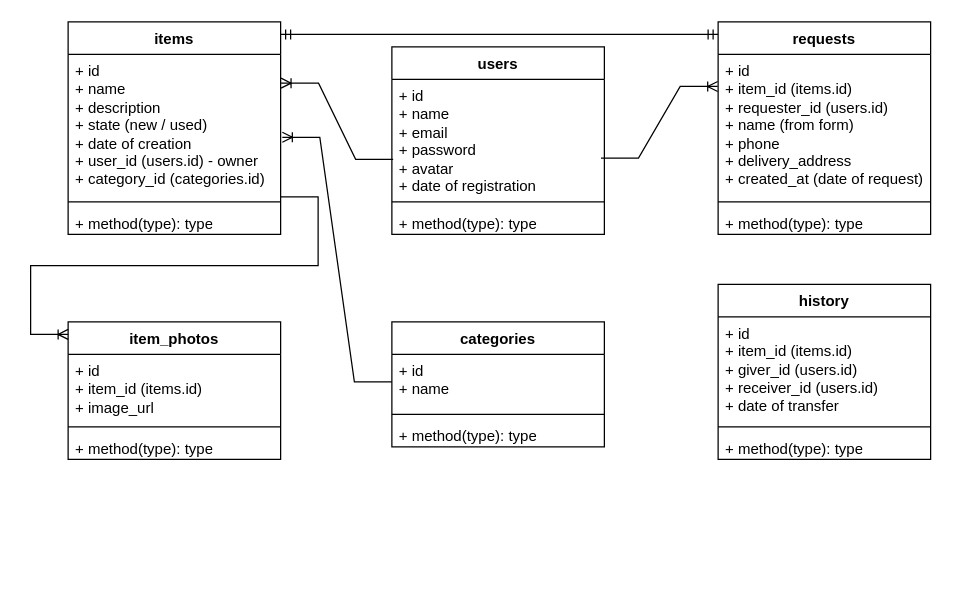
The draw.io diagram docs/db_schema_darunky.drawio in MyPythonRepository/darunky2025, before the edit. Source tidied: cells renumbered, new cells numbered last; positions are measured from the earlier drawing's top-left corner, leaving out a move shared by most shapes. Both pictures are drawn from the tidied source at 125%, with x=0, y=0 at pixel (68, -329).
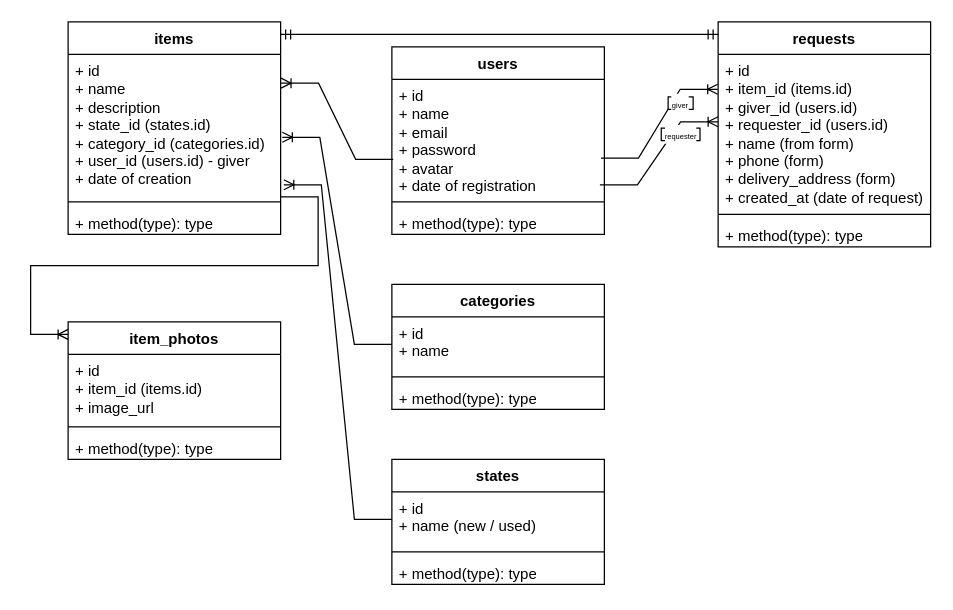
The same page after the edit.

Unchanged cells that the change refers to:
```xml
<mxCell id="3" value="+ id&lt;div&gt;+ name&lt;/div&gt;&lt;div&gt;+ email&lt;/div&gt;&lt;div&gt;+ password&lt;/div&gt;&lt;div&gt;+ avatar&lt;/div&gt;&lt;div&gt;+ date of registration&lt;/div&gt;" style="text;strokeColor=none;fillColor=none;align=left;verticalAlign=top;spacingLeft=4;spacingRight=4;overflow=hidden;points=[[0,0.5],[1,0.5]];portConstraint=eastwest;whiteSpace=wrap;html=1;" parent="2" vertex="1">
  <mxGeometry y="26" width="170" height="94" as="geometry" />
</mxCell>
<mxCell id="6" value="items" style="swimlane;fontStyle=1;align=center;verticalAlign=top;horizontal=1;startSize=26;whiteSpace=wrap;html=1;" parent="1" vertex="1">
  <mxGeometry y="280" width="170" height="170" as="geometry" />
</mxCell>
```

The edit, as a diff of the source:
```diff
@@
-    <mxCell id="7" value="+ id&lt;div&gt;+ name&lt;/div&gt;&lt;div&gt;+ description&lt;/div&gt;&lt;div&gt;+ state (new / used)&lt;/div&gt;&lt;div&gt;+ date of creation&lt;/div&gt;&lt;div&gt;+ user_id (users.id) - owner&lt;/div&gt;&lt;div&gt;+&amp;nbsp;category_id (categories.id)&lt;/div&gt;" style="text;strokeColor=none;fillColor=none;align=left;verticalAlign=top;spacingLeft=4;spacingRight=4;overflow=hidden;points=[[0,0.5],[1,0.5]];portConstraint=eastwest;whiteSpace=wrap;html=1;" parent="6" vertex="1">
+    <mxCell id="7" value="+ id&lt;div&gt;+ name&lt;/div&gt;&lt;div&gt;+ description&lt;/div&gt;&lt;div&gt;+ state_id (states.id)&lt;/div&gt;&lt;div&gt;+&amp;nbsp;category_id (categories.id)&lt;/div&gt;&lt;div&gt;&lt;span style=&quot;background-color: transparent; color: light-dark(rgb(0, 0, 0), rgb(255, 255, 255));&quot;&gt;+ user_id (users.id) - giver&lt;/span&gt;&lt;/div&gt;&lt;div&gt;+ date of creation&lt;span style=&quot;background-color: transparent; color: light-dark(rgb(0, 0, 0), rgb(255, 255, 255));&quot;&gt;&lt;/span&gt;&lt;/div&gt;" style="text;strokeColor=none;fillColor=none;align=left;verticalAlign=top;spacingLeft=4;spacingRight=4;overflow=hidden;points=[[0,0.5],[1,0.5]];portConstraint=eastwest;whiteSpace=wrap;html=1;" parent="6" vertex="1">
       <mxGeometry y="26" width="170" height="114" as="geometry" />
     </mxCell>
@@
     <mxCell id="10" value="categories" style="swimlane;fontStyle=1;align=center;verticalAlign=top;horizontal=1;startSize=26;whiteSpace=wrap;html=1;" parent="1" vertex="1">
-      <mxGeometry x="259" y="520" width="170" height="100" as="geometry" />
+      <mxGeometry x="259" y="490" width="170" height="100" as="geometry" />
     </mxCell>
@@
     <mxCell id="18" value="requests" style="swimlane;fontStyle=1;align=center;verticalAlign=top;horizontal=1;startSize=26;whiteSpace=wrap;html=1;" parent="1" vertex="1">
-      <mxGeometry x="520" y="280" width="170" height="170" as="geometry" />
+      <mxGeometry x="520" y="280" width="170" height="180" as="geometry" />
     </mxCell>
-    <mxCell id="19" value="+ id&lt;div&gt;+ item_id (items.id)&lt;/div&gt;&lt;div&gt;+ requester_id (users.id)&lt;/div&gt;&lt;div&gt;+ name (from form)&lt;/div&gt;&lt;div&gt;+ phone&lt;/div&gt;&lt;div&gt;+ delivery_address&lt;/div&gt;&lt;div&gt;+&amp;nbsp;created_at (date of request)&lt;/div&gt;" style="text;strokeColor=none;fillColor=none;align=left;verticalAlign=top;spacingLeft=4;spacingRight=4;overflow=hidden;points=[[0,0.5],[1,0.5]];portConstraint=eastwest;whiteSpace=wrap;html=1;" parent="18" vertex="1">
-      <mxGeometry y="26" width="170" height="114" as="geometry" />
+    <mxCell id="19" value="+ id&lt;div&gt;+ item_id (items.id)&lt;/div&gt;&lt;div&gt;+&amp;nbsp;&lt;span style=&quot;background-color: transparent; color: light-dark(rgb(0, 0, 0), rgb(255, 255, 255));&quot;&gt;giver_id (users.id)&lt;/span&gt;&lt;/div&gt;&lt;div&gt;+ requester_id (users.id)&lt;/div&gt;&lt;div&gt;+ name (from form)&lt;/div&gt;&lt;div&gt;+ phone&amp;nbsp;&lt;span style=&quot;background-color: transparent; color: light-dark(rgb(0, 0, 0), rgb(255, 255, 255));&quot;&gt;(form)&lt;/span&gt;&lt;/div&gt;&lt;div&gt;+ delivery_address&amp;nbsp;&lt;span style=&quot;background-color: transparent; color: light-dark(rgb(0, 0, 0), rgb(255, 255, 255));&quot;&gt;(form)&lt;/span&gt;&lt;/div&gt;&lt;div&gt;+&amp;nbsp;created_at (date of request)&lt;/div&gt;" style="text;strokeColor=none;fillColor=none;align=left;verticalAlign=top;spacingLeft=4;spacingRight=4;overflow=hidden;points=[[0,0.5],[1,0.5]];portConstraint=eastwest;whiteSpace=wrap;html=1;" parent="18" vertex="1">
+      <mxGeometry y="26" width="170" height="124" as="geometry" />
     </mxCell>
     <mxCell id="20" style="line;strokeWidth=1;fillColor=none;align=left;verticalAlign=middle;spacingTop=-1;spacingLeft=3;spacingRight=3;labelPosition=right;strokeColor=inherit;" parent="18" vertex="1">
-      <mxGeometry y="140" width="170" height="8" as="geometry" />
+      <mxGeometry y="150" width="170" height="8" as="geometry" />
     </mxCell>
     <mxCell id="21" value="+ method(type): type" style="text;strokeColor=none;fillColor=none;align=left;verticalAlign=top;spacingLeft=4;spacingRight=4;overflow=hidden;whiteSpace=wrap;html=1;" parent="18" vertex="1">
-      <mxGeometry y="148" width="170" height="22" as="geometry" />
+      <mxGeometry y="158" width="170" height="22" as="geometry" />
     </mxCell>
-    <mxCell id="22" value="history" style="swimlane;fontStyle=1;align=center;verticalAlign=top;horizontal=1;startSize=26;whiteSpace=wrap;html=1;" parent="1" vertex="1">
-      <mxGeometry x="520" y="490" width="170" height="140" as="geometry" />
-    </mxCell>
-    <mxCell id="23" value="+ id&lt;div&gt;+ item_id (items.id)&lt;/div&gt;&lt;div&gt;+ giver_id (users.id)&lt;/div&gt;&lt;div&gt;+ receiver_id (users.id)&lt;/div&gt;&lt;div&gt;+&amp;nbsp;&lt;span style=&quot;background-color: transparent;&quot;&gt;date of transfer&lt;/span&gt;&lt;br&gt;&lt;/div&gt;" style="text;strokeColor=none;fillColor=none;align=left;verticalAlign=top;spacingLeft=4;spacingRight=4;overflow=hidden;whiteSpace=wrap;html=1;" parent="22" vertex="1">
-      <mxGeometry y="26" width="170" height="84" as="geometry" />
-    </mxCell>
-    <mxCell id="24" style="line;strokeWidth=1;fillColor=none;align=left;verticalAlign=middle;spacingTop=-1;spacingLeft=3;spacingRight=3;labelPosition=right;strokeColor=inherit;" parent="22" vertex="1">
-      <mxGeometry y="110" width="170" height="8" as="geometry" />
-    </mxCell>
-    <mxCell id="25" value="+ method(type): type" style="text;strokeColor=none;fillColor=none;align=left;verticalAlign=top;spacingLeft=4;spacingRight=4;overflow=hidden;whiteSpace=wrap;html=1;" parent="22" vertex="1">
-      <mxGeometry y="118" width="170" height="22" as="geometry" />
-    </mxCell>
@@
     <mxCell id="29" style="edgeStyle=entityRelationEdgeStyle;fontSize=12;html=1;endArrow=ERoneToMany;rounded=0;strokeColor=default;align=center;verticalAlign=middle;fontFamily=Helvetica;fontColor=default;labelBackgroundColor=default;" parent="1" edge="1">
       <mxGeometry relative="1" as="geometry">
         <mxPoint x="170" y="420" as="sourcePoint" />
         <mxPoint y="530" as="targetPoint" />
         <Array as="points">
           <mxPoint x="180" y="400" />
+          <mxPoint x="180" y="440" />
           <mxPoint x="200" y="500" />
           <mxPoint x="190" y="430" />
           <mxPoint x="90" y="450" />
         </Array>
       </mxGeometry>
     </mxCell>
@@
+    <mxCell id="31" value="states" style="swimlane;fontStyle=1;align=center;verticalAlign=top;horizontal=1;startSize=26;whiteSpace=wrap;html=1;" parent="1" vertex="1">
+      <mxGeometry x="259" y="630" width="170" height="100" as="geometry" />
+    </mxCell>
+    <mxCell id="32" value="+ id&lt;div&gt;+ name&amp;nbsp;&lt;span style=&quot;background-color: transparent; color: light-dark(rgb(0, 0, 0), rgb(255, 255, 255));&quot;&gt;(new / used)&lt;/span&gt;&lt;/div&gt;&lt;div&gt;&lt;br&gt;&lt;/div&gt;" style="text;strokeColor=none;fillColor=none;align=left;verticalAlign=top;spacingLeft=4;spacingRight=4;overflow=hidden;points=[[0,0.5],[1,0.5]];portConstraint=eastwest;whiteSpace=wrap;html=1;" parent="31" vertex="1">
+      <mxGeometry y="26" width="170" height="44" as="geometry" />
+    </mxCell>
+    <mxCell id="33" style="line;strokeWidth=1;fillColor=none;align=left;verticalAlign=middle;spacingTop=-1;spacingLeft=3;spacingRight=3;labelPosition=right;strokeColor=inherit;" parent="31" vertex="1">
+      <mxGeometry y="70" width="170" height="8" as="geometry" />
+    </mxCell>
+    <mxCell id="25" value="+ method(type): type" style="text;strokeColor=none;fillColor=none;align=left;verticalAlign=top;spacingLeft=4;spacingRight=4;overflow=hidden;whiteSpace=wrap;html=1;" parent="31" vertex="1">
+      <mxGeometry y="78" width="170" height="22" as="geometry" />
+    </mxCell>
+    <mxCell id="34" style="edgeStyle=entityRelationEdgeStyle;shape=connector;rounded=0;jettySize=auto;html=1;strokeColor=default;align=center;verticalAlign=middle;fontFamily=Helvetica;fontSize=12;fontColor=default;labelBackgroundColor=default;endArrow=ERoneToMany;exitX=0;exitY=0.5;exitDx=0;exitDy=0;entryX=1.015;entryY=0.915;entryDx=0;entryDy=0;entryPerimeter=0;" parent="1" edge="1" source="32" target="7">
+      <mxGeometry relative="1" as="geometry">
+        <Array as="points">
+          <mxPoint x="360" y="728" />
+          <mxPoint x="350" y="728" />
+          <mxPoint x="140" y="720" />
+          <mxPoint x="320" y="748" />
+          <mxPoint x="150" y="710" />
+          <mxPoint x="220" y="538" />
+        </Array>
+      </mxGeometry>
+    </mxCell>
+    <mxCell id="35" style="edgeStyle=entityRelationEdgeStyle;fontSize=12;html=1;endArrow=ERoneToMany;rounded=0;strokeColor=default;align=center;verticalAlign=middle;fontFamily=Helvetica;fontColor=default;labelBackgroundColor=default;exitX=0.979;exitY=0.897;exitDx=0;exitDy=0;exitPerimeter=0;entryX=0;entryY=0.435;entryDx=0;entryDy=0;entryPerimeter=0;" parent="1" edge="1" source="3" target="19">
+      <mxGeometry relative="1" as="geometry">
+        <Array as="points">
+          <mxPoint x="490" y="390" />
+        </Array>
+      </mxGeometry>
+    </mxCell>
+    <mxCell id="36" value="&lt;font style=&quot;font-size: 6px;&quot;&gt;requester&lt;/font&gt;" style="rounded=0;whiteSpace=wrap;html=1;fontFamily=Helvetica;fontSize=12;fontColor=default;labelBackgroundColor=default;" parent="1" vertex="1">
+      <mxGeometry x="474.5" y="365" width="31" height="10" as="geometry" />
+    </mxCell>
+    <mxCell id="37" value="&lt;font style=&quot;font-size: 6px;&quot;&gt;giver&lt;/font&gt;" style="rounded=0;whiteSpace=wrap;html=1;fontFamily=Helvetica;fontSize=12;fontColor=default;labelBackgroundColor=default;" parent="1" vertex="1">
+      <mxGeometry x="480" y="340" width="20" height="10" as="geometry" />
+    </mxCell>
```
